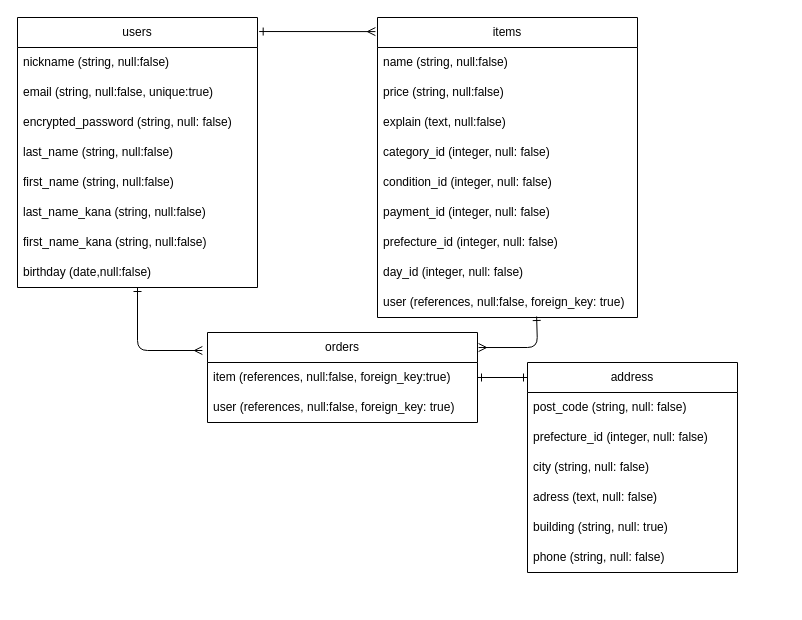
This is ER図.dio from Shu3K/furima-shumi, a draw.io file, before an edit. Source tidied: cells renumbered, new cells numbered last; positions are measured from the earlier drawing's top-left corner, leaving out a move shared by most shapes. Both pictures are drawn from the tidied source at 100%, with x=0, y=0 at pixel (17, 17).
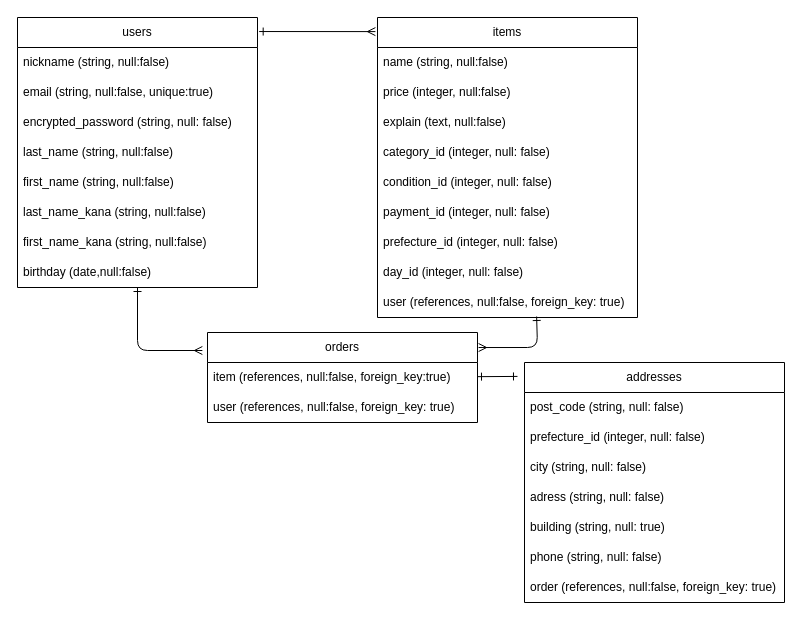
Above is the later version.

Commit message (it also covers changes not shown here):
ER図とREADMEの修正

Unchanged cells that the change refers to:
```xml
<mxCell id="14" value="orders" style="swimlane;fontStyle=0;horizontal=1;startSize=30;whiteSpace=wrap;html=1;" parent="1" vertex="1">
  <mxGeometry x="190" y="315" width="270" height="90" as="geometry" />
</mxCell>
<mxCell id="19" value="items" style="swimlane;fontStyle=0;horizontal=1;startSize=30;whiteSpace=wrap;html=1;" parent="1" vertex="1">
  <mxGeometry x="360" width="260" height="300" as="geometry" />
</mxCell>
```

The edit, as a diff of the source:
```diff
@@
-    <mxCell id="13" style="edgeStyle=none;html=1;startArrow=ERone;startFill=0;endArrow=ERone;endFill=0;" parent="1" edge="1" source="14">
-      <mxGeometry relative="1" as="geometry">
-        <mxPoint x="510" y="360" as="targetPoint" />
-      </mxGeometry>
+    <mxCell id="13" style="edgeStyle=none;html=1;startArrow=ERone;startFill=0;endArrow=ERone;endFill=0;entryX=-0.027;entryY=0.058;entryDx=0;entryDy=0;entryPerimeter=0;" parent="1" edge="1" source="14" target="30">
+      <mxGeometry relative="1" as="geometry" />
     </mxCell>
@@
-    <mxCell id="21" value="price (string, null:false)" style="text;strokeColor=none;fillColor=none;align=left;verticalAlign=middle;spacingLeft=4;spacingRight=4;overflow=hidden;whiteSpace=wrap;html=1;" parent="19" vertex="1">
+    <mxCell id="21" value="price (integer, null:false)" style="text;strokeColor=none;fillColor=none;align=left;verticalAlign=middle;spacingLeft=4;spacingRight=4;overflow=hidden;whiteSpace=wrap;html=1;" parent="19" vertex="1">
       <mxGeometry y="60" width="260" height="30" as="geometry" />
     </mxCell>
@@
-    <mxCell id="30" value="address" style="swimlane;fontStyle=0;horizontal=1;startSize=30;whiteSpace=wrap;html=1;" parent="1" vertex="1">
-      <mxGeometry x="510" y="345" width="210" height="210" as="geometry" />
+    <mxCell id="30" value="addresses" style="swimlane;fontStyle=0;horizontal=1;startSize=30;whiteSpace=wrap;html=1;" parent="1" vertex="1">
+      <mxGeometry x="507" y="345" width="260" height="240" as="geometry" />
     </mxCell>
     <mxCell id="31" value="post_code (string, null: false)" style="text;strokeColor=none;fillColor=none;align=left;verticalAlign=middle;spacingLeft=4;spacingRight=4;overflow=hidden;whiteSpace=wrap;html=1;" parent="30" vertex="1">
-      <mxGeometry y="30" width="210" height="30" as="geometry" />
+      <mxGeometry y="30" width="260" height="30" as="geometry" />
     </mxCell>
     <mxCell id="32" value="prefecture_id (integer, null: false)" style="text;strokeColor=none;fillColor=none;align=left;verticalAlign=middle;spacingLeft=4;spacingRight=4;overflow=hidden;whiteSpace=wrap;html=1;" parent="30" vertex="1">
-      <mxGeometry y="60" width="210" height="30" as="geometry" />
+      <mxGeometry y="60" width="260" height="30" as="geometry" />
     </mxCell>
     <mxCell id="33" value="city (string, null: false)" style="text;strokeColor=none;fillColor=none;align=left;verticalAlign=middle;spacingLeft=4;spacingRight=4;overflow=hidden;whiteSpace=wrap;html=1;" parent="30" vertex="1">
-      <mxGeometry y="90" width="210" height="30" as="geometry" />
+      <mxGeometry y="90" width="260" height="30" as="geometry" />
     </mxCell>
-    <mxCell id="34" value="adress (text, null: false)" style="text;strokeColor=none;fillColor=none;align=left;verticalAlign=middle;spacingLeft=4;spacingRight=4;overflow=hidden;whiteSpace=wrap;html=1;" parent="30" vertex="1">
-      <mxGeometry y="120" width="210" height="30" as="geometry" />
+    <mxCell id="34" value="adress (string, null: false)" style="text;strokeColor=none;fillColor=none;align=left;verticalAlign=middle;spacingLeft=4;spacingRight=4;overflow=hidden;whiteSpace=wrap;html=1;" parent="30" vertex="1">
+      <mxGeometry y="120" width="260" height="30" as="geometry" />
     </mxCell>
     <mxCell id="35" value="building (string, null: true)" style="text;strokeColor=none;fillColor=none;align=left;verticalAlign=middle;spacingLeft=4;spacingRight=4;overflow=hidden;whiteSpace=wrap;html=1;" parent="30" vertex="1">
-      <mxGeometry y="150" width="210" height="30" as="geometry" />
+      <mxGeometry y="150" width="260" height="30" as="geometry" />
     </mxCell>
     <mxCell id="36" value="phone (string, null: false)" style="text;strokeColor=none;fillColor=none;align=left;verticalAlign=middle;spacingLeft=4;spacingRight=4;overflow=hidden;whiteSpace=wrap;html=1;" parent="30" vertex="1">
-      <mxGeometry y="180" width="210" height="30" as="geometry" />
+      <mxGeometry y="180" width="260" height="30" as="geometry" />
     </mxCell>
+    <mxCell id="37" value="order (references,&amp;nbsp;null:false, foreign_key: true)&amp;nbsp;" style="text;strokeColor=none;fillColor=none;align=left;verticalAlign=middle;spacingLeft=4;spacingRight=4;overflow=hidden;whiteSpace=wrap;html=1;" parent="30" vertex="1">
+      <mxGeometry y="210" width="260" height="30" as="geometry" />
+    </mxCell>
```
